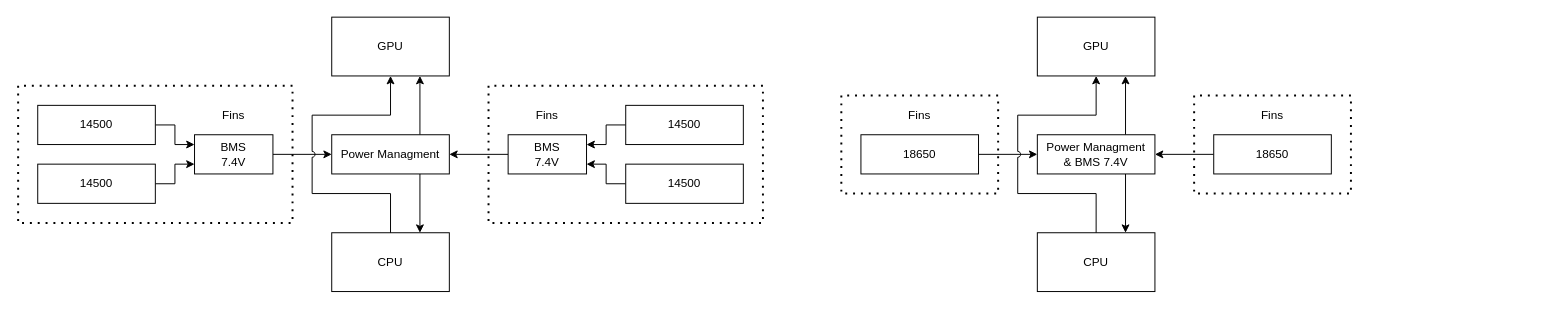
Before: page "Power" (3 of 3) of Documents/Electronics.drawio in XCR1793/Synth-Head, a draw.io diagram. Source tidied: cells renumbered, new cells numbered last; positions are measured from the earlier drawing's top-left corner, leaving out a move shared by most shapes. Both pictures are drawn from the tidied source at 98%, with x=0, y=0 at pixel (18, 17).
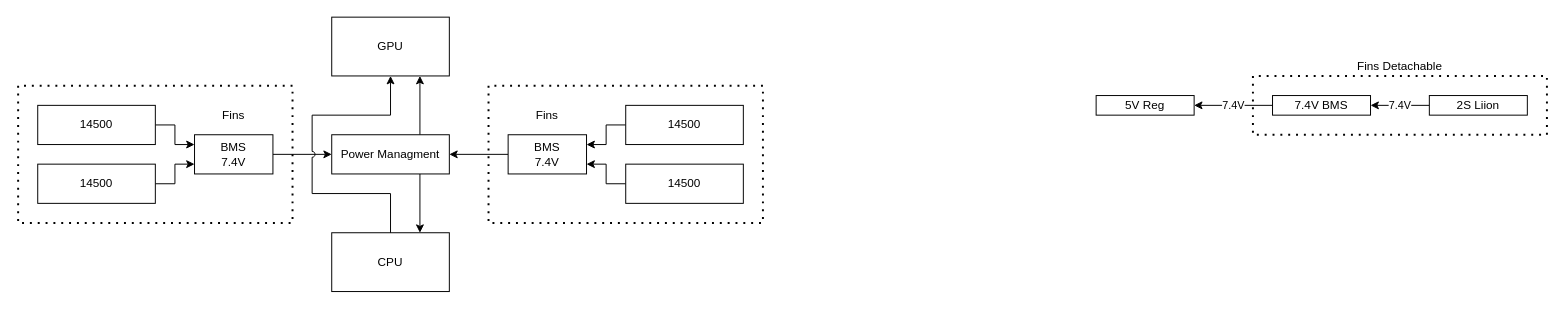
Above is the later version.

Diff of the diagram source:
```diff
@@
-    <mxCell id="17" style="edgeStyle=orthogonalEdgeStyle;rounded=0;jettySize=auto;html=1;exitX=1;exitY=0.5;exitDx=0;exitDy=0;entryX=0;entryY=0.5;entryDx=0;entryDy=0;" parent="1" edge="1" source="18" target="23">
-      <mxGeometry relative="1" as="geometry" />
-    </mxCell>
-    <mxCell id="18" value="18650" style="rounded=0;whiteSpace=wrap;html=1;" parent="1" vertex="1">
-      <mxGeometry x="860" y="120" width="120" height="40" as="geometry" />
-    </mxCell>
-    <mxCell id="19" style="edgeStyle=orthogonalEdgeStyle;rounded=0;jettySize=auto;html=1;exitX=0;exitY=0.5;exitDx=0;exitDy=0;entryX=1;entryY=0.5;entryDx=0;entryDy=0;" parent="1" edge="1" source="20" target="23">
-      <mxGeometry relative="1" as="geometry" />
-    </mxCell>
-    <mxCell id="20" value="18650" style="rounded=0;whiteSpace=wrap;html=1;" parent="1" vertex="1">
-      <mxGeometry x="1220" y="120" width="120" height="40" as="geometry" />
-    </mxCell>
-    <mxCell id="21" style="edgeStyle=orthogonalEdgeStyle;rounded=0;jettySize=auto;html=1;exitX=0.75;exitY=0;exitDx=0;exitDy=0;entryX=0.75;entryY=1;entryDx=0;entryDy=0;" parent="1" edge="1" source="23" target="26">
-      <mxGeometry relative="1" as="geometry" />
-    </mxCell>
-    <mxCell id="22" style="edgeStyle=orthogonalEdgeStyle;rounded=0;jettySize=auto;html=1;exitX=0.75;exitY=1;exitDx=0;exitDy=0;entryX=0.75;entryY=0;entryDx=0;entryDy=0;" parent="1" edge="1" source="23" target="27">
-      <mxGeometry relative="1" as="geometry" />
-    </mxCell>
-    <mxCell id="23" value="Power Managment&lt;div&gt;&amp;amp; BMS 7.4V&lt;/div&gt;" style="rounded=0;whiteSpace=wrap;html=1;" parent="1" vertex="1">
-      <mxGeometry x="1040" y="120" width="120" height="40" as="geometry" />
-    </mxCell>
@@
-    <mxCell id="26" value="GPU" style="rounded=0;whiteSpace=wrap;html=1;" parent="1" vertex="1">
-      <mxGeometry x="1040" width="120" height="60" as="geometry" />
-    </mxCell>
-    <mxCell id="27" value="CPU" style="rounded=0;whiteSpace=wrap;html=1;" parent="1" vertex="1">
-      <mxGeometry x="1040" y="220" width="120" height="60" as="geometry" />
-    </mxCell>
-    <mxCell id="28" style="edgeStyle=orthogonalEdgeStyle;rounded=0;jettySize=auto;html=1;exitX=0.5;exitY=0;exitDx=0;exitDy=0;entryX=0.5;entryY=1;entryDx=0;entryDy=0;jumpStyle=arc;" parent="1" edge="1" source="27" target="26">
-      <mxGeometry relative="1" as="geometry">
-        <Array as="points">
-          <mxPoint x="1100" y="180" />
-          <mxPoint x="1020" y="180" />
-          <mxPoint x="1020" y="100" />
-          <mxPoint x="1100" y="100" />
-        </Array>
-      </mxGeometry>
-    </mxCell>
@@
-    <mxCell id="34" value="Fins" style="text;html=1;align=center;verticalAlign=middle;whiteSpace=wrap;rounded=0;" parent="1" vertex="1">
-      <mxGeometry x="880" y="90" width="80" height="20" as="geometry" />
-    </mxCell>
-    <mxCell id="35" style="endArrow=none;dashed=1;html=1;dashPattern=1 3;strokeWidth=2;rounded=0;" parent="1" edge="1">
-      <mxGeometry relative="1" as="geometry">
-        <mxPoint x="840" y="80" as="sourcePoint" />
-        <mxPoint x="840" y="80" as="targetPoint" />
-        <Array as="points">
-          <mxPoint x="840" y="180" />
-          <mxPoint x="1000" y="180" />
-          <mxPoint x="1000" y="80" />
-        </Array>
-      </mxGeometry>
-    </mxCell>
-    <mxCell id="36" value="Fins" style="text;html=1;align=center;verticalAlign=middle;whiteSpace=wrap;rounded=0;" parent="1" vertex="1">
-      <mxGeometry x="1240" y="90" width="80" height="20" as="geometry" />
-    </mxCell>
-    <mxCell id="37" style="endArrow=none;dashed=1;html=1;dashPattern=1 3;strokeWidth=2;rounded=0;" parent="1" edge="1">
-      <mxGeometry relative="1" as="geometry">
-        <mxPoint x="1200" y="80" as="sourcePoint" />
-        <mxPoint x="1200" y="80" as="targetPoint" />
-        <Array as="points">
-          <mxPoint x="1200" y="180" />
-          <mxPoint x="1360" y="180" />
-          <mxPoint x="1360" y="80" />
-        </Array>
-      </mxGeometry>
-    </mxCell>
+    <mxCell id="38" value="7.4V" style="edgeStyle=orthogonalEdgeStyle;rounded=0;jettySize=auto;html=1;exitX=0;exitY=0.5;exitDx=0;exitDy=0;entryX=1;entryY=0.5;entryDx=0;entryDy=0;" parent="1" edge="1" source="41" target="39">
+      <mxGeometry relative="1" as="geometry" />
+    </mxCell>
+    <mxCell id="39" value="7.4V BMS" style="rounded=0;whiteSpace=wrap;html=1;" parent="1" vertex="1">
+      <mxGeometry x="1280" y="80" width="100" height="20" as="geometry" />
+    </mxCell>
+    <mxCell id="40" value="7.4V" style="edgeStyle=orthogonalEdgeStyle;rounded=0;jettySize=auto;html=1;exitX=0;exitY=0.5;exitDx=0;exitDy=0;entryX=1;entryY=0.5;entryDx=0;entryDy=0;" parent="1" edge="1" source="39" target="42">
+      <mxGeometry relative="1" as="geometry" />
+    </mxCell>
+    <mxCell id="41" value="2S Liion" style="rounded=0;whiteSpace=wrap;html=1;" parent="1" vertex="1">
+      <mxGeometry x="1440" y="80" width="100" height="20" as="geometry" />
+    </mxCell>
+    <mxCell id="42" value="5V Reg" style="rounded=0;whiteSpace=wrap;html=1;" parent="1" vertex="1">
+      <mxGeometry x="1100" y="80" width="100" height="20" as="geometry" />
+    </mxCell>
+    <mxCell id="43" style="endArrow=none;dashed=1;html=1;dashPattern=1 3;strokeWidth=2;rounded=0;" parent="1" edge="1">
+      <mxGeometry relative="1" as="geometry">
+        <mxPoint x="1260" y="60" as="sourcePoint" />
+        <mxPoint x="1260" y="60" as="targetPoint" />
+        <Array as="points">
+          <mxPoint x="1260" y="120" />
+          <mxPoint x="1560" y="120" />
+          <mxPoint x="1560" y="60" />
+        </Array>
+      </mxGeometry>
+    </mxCell>
+    <mxCell id="44" value="Fins Detachable" style="text;html=1;align=center;verticalAlign=middle;whiteSpace=wrap;rounded=0;" parent="1" vertex="1">
+      <mxGeometry x="1360" y="40" width="100" height="20" as="geometry" />
+    </mxCell>
```
